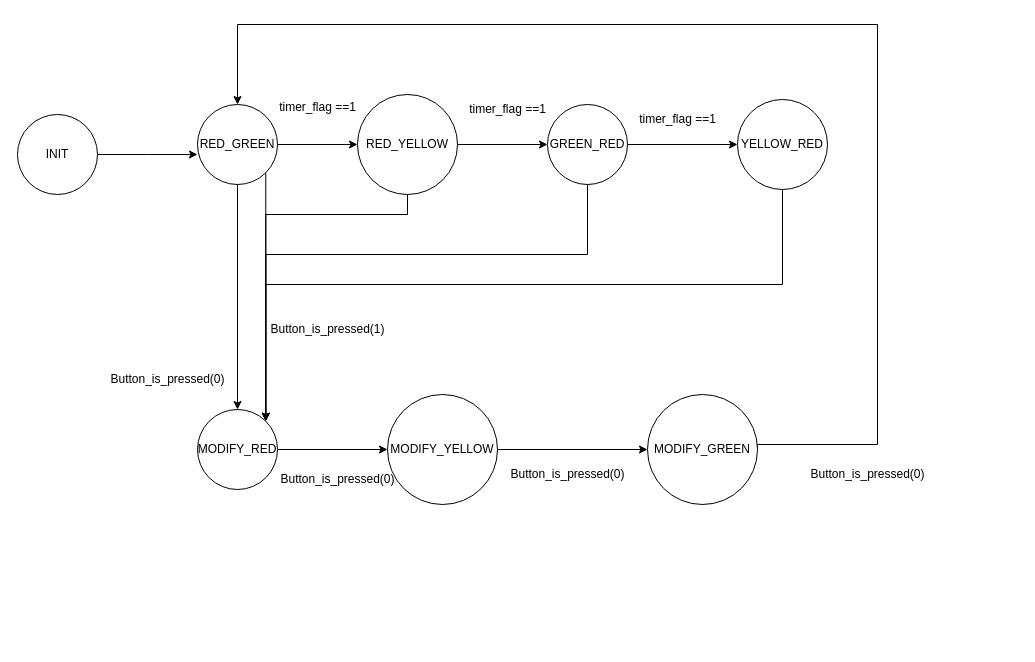
Above: VXL_LAB3_Sketch.drawio in PhatVuHuynh/VXL_LAB3 (draw.io), before the change. Source tidied: cells renumbered, new cells numbered last; positions are measured from the earlier drawing's top-left corner, leaving out a move shared by most shapes. Both pictures are drawn from the tidied source at 100%, with x=0, y=0 at pixel (17, 24).
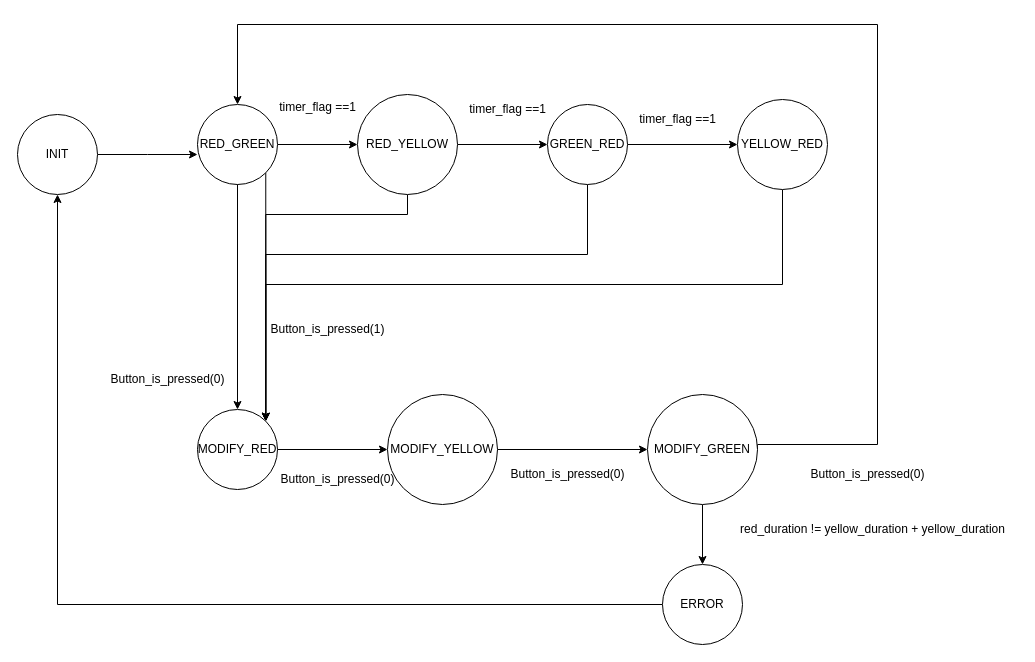
The same page after the edit.

Unchanged cells that the change refers to:
```xml
<mxCell id="3" value="INIT" style="ellipse;whiteSpace=wrap;html=1;" parent="1" vertex="1">
  <mxGeometry y="90" width="80" height="80" as="geometry" />
</mxCell>
<mxCell id="21" value="MODIFY_GREEN" style="ellipse;whiteSpace=wrap;html=1;" parent="1" vertex="1">
  <mxGeometry x="630" y="370" width="110" height="110" as="geometry" />
</mxCell>
```

The edit, as a diff of the source:
```diff
@@
+    <mxCell id="30" style="edgeStyle=orthogonalEdgeStyle;rounded=0;jettySize=auto;html=1;" parent="1" edge="1" source="21" target="32">
+      <mxGeometry relative="1" as="geometry" />
+    </mxCell>
@@
+    <mxCell id="31" style="edgeStyle=orthogonalEdgeStyle;rounded=0;jettySize=auto;html=1;exitX=0;exitY=0.5;exitDx=0;exitDy=0;entryX=0.5;entryY=1;entryDx=0;entryDy=0;" parent="1" edge="1" source="32" target="3">
+      <mxGeometry relative="1" as="geometry" />
+    </mxCell>
+    <mxCell id="32" value="ERROR" style="ellipse;whiteSpace=wrap;html=1;" parent="1" vertex="1">
+      <mxGeometry x="645" y="540" width="80" height="80" as="geometry" />
+    </mxCell>
+    <mxCell id="33" value="red_duration != yellow_duration + yellow_duration" style="text;html=1;align=center;verticalAlign=middle;strokeColor=none;fillColor=none;" parent="1" vertex="1">
+      <mxGeometry x="710" y="490" width="290" height="30" as="geometry" />
+    </mxCell>
```
